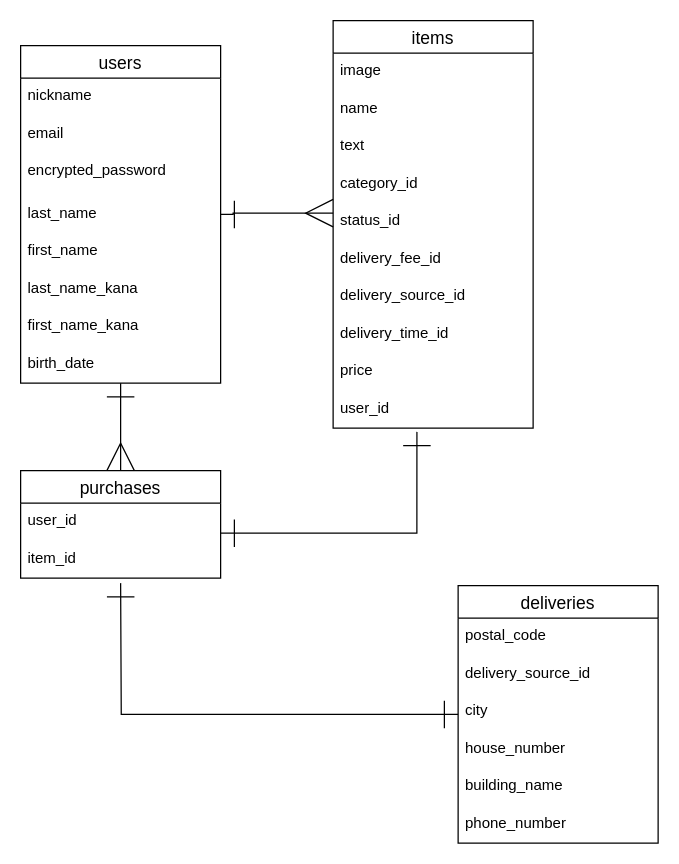
Earlier version of the draw.io diagram ER.dio (polly0296/furima-36237). Source tidied: cells renumbered, new cells numbered last; positions are measured from the earlier drawing's top-left corner, leaving out a move shared by most shapes. Both pictures are drawn from the tidied source at 125%, with x=0, y=0 at pixel (20, 20).
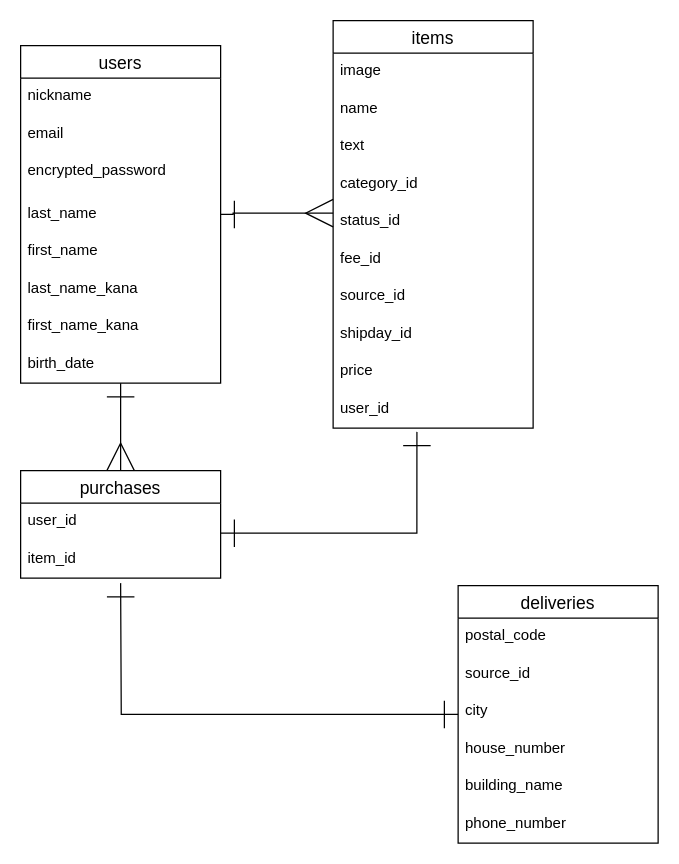
The same page after the edit.

Unchanged cells that the change refers to:
```xml
<mxCell id="12" value="items" style="swimlane;fontStyle=0;horizontal=1;startSize=26;align=center;fontSize=14;" parent="1" vertex="1">
  <mxGeometry x="250" width="160" height="326" as="geometry" />
</mxCell>
<mxCell id="28" value="deliveries" style="swimlane;fontStyle=0;horizontal=1;startSize=26;align=center;fontSize=14;" parent="1" vertex="1">
  <mxGeometry x="350" y="452" width="160" height="206" as="geometry" />
</mxCell>
```

Diff of the diagram source:
```diff
@@
-    <mxCell id="18" value="delivery_fee_id" style="text;strokeColor=none;fillColor=none;spacingLeft=4;spacingRight=4;overflow=hidden;fontSize=12;verticalAlign=top;" parent="12" vertex="1">
+    <mxCell id="18" value="fee_id" style="text;strokeColor=none;fillColor=none;spacingLeft=4;spacingRight=4;overflow=hidden;fontSize=12;verticalAlign=top;" parent="12" vertex="1">
       <mxGeometry y="176" width="160" height="30" as="geometry" />
     </mxCell>
-    <mxCell id="19" value="delivery_source_id" style="text;strokeColor=none;fillColor=none;spacingLeft=4;spacingRight=4;overflow=hidden;fontSize=12;verticalAlign=top;" parent="12" vertex="1">
+    <mxCell id="19" value="source_id" style="text;strokeColor=none;fillColor=none;spacingLeft=4;spacingRight=4;overflow=hidden;fontSize=12;verticalAlign=top;" parent="12" vertex="1">
       <mxGeometry y="206" width="160" height="30" as="geometry" />
     </mxCell>
-    <mxCell id="20" value="delivery_time_id" style="text;strokeColor=none;fillColor=none;spacingLeft=4;spacingRight=4;overflow=hidden;fontSize=12;verticalAlign=top;" parent="12" vertex="1">
+    <mxCell id="20" value="shipday_id" style="text;strokeColor=none;fillColor=none;spacingLeft=4;spacingRight=4;overflow=hidden;fontSize=12;verticalAlign=top;" parent="12" vertex="1">
       <mxGeometry y="236" width="160" height="30" as="geometry" />
     </mxCell>
@@
-    <mxCell id="30" value="delivery_source_id" style="text;strokeColor=none;fillColor=none;spacingLeft=4;spacingRight=4;overflow=hidden;fontSize=12;" parent="28" vertex="1">
+    <mxCell id="30" value="source_id" style="text;strokeColor=none;fillColor=none;spacingLeft=4;spacingRight=4;overflow=hidden;fontSize=12;" parent="28" vertex="1">
       <mxGeometry y="56" width="160" height="30" as="geometry" />
     </mxCell>
```
